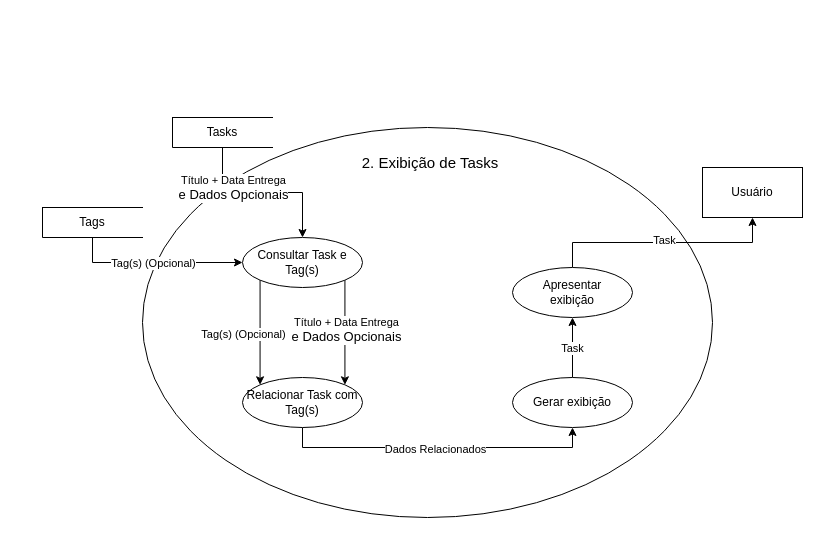
kenielf/neotasker keeps this draw.io diagram as docs/assets/DFDs/RF02.drawio. Above is the earlier version. Source tidied: cells renumbered, new cells numbered last; positions are measured from the earlier drawing's top-left corner, leaving out a move shared by most shapes. Both pictures are drawn from the tidied source at 100%, with x=0, y=0 at pixel (42, 117).
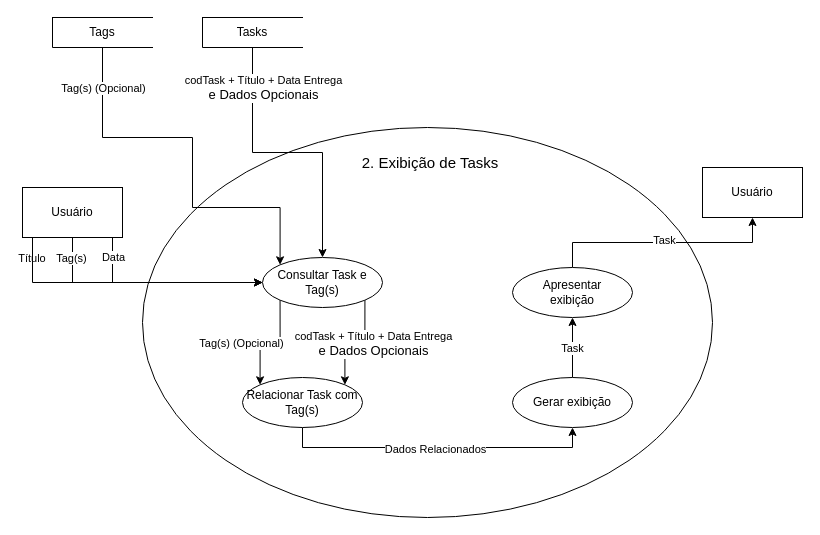
After the change.

Unchanged cells that the change refers to:
```xml
<mxCell id="7" style="edgeStyle=orthogonalEdgeStyle;rounded=0;jettySize=auto;html=1;entryX=0;entryY=0;entryDx=0;entryDy=0;exitX=0;exitY=1;exitDx=0;exitDy=0;" parent="1" edge="1" source="11" target="14">
  <mxGeometry relative="1" as="geometry" />
</mxCell>
<mxCell id="9" style="edgeStyle=orthogonalEdgeStyle;rounded=0;jettySize=auto;html=1;exitX=1;exitY=1;exitDx=0;exitDy=0;entryX=1;entryY=0;entryDx=0;entryDy=0;" parent="1" edge="1" source="11" target="14">
  <mxGeometry relative="1" as="geometry" />
</mxCell>
```

The edit, as a diff of the source:
```diff
@@
     <mxCell id="4" value="Tasks" style="html=1;dashed=0;whiteSpace=wrap;shape=partialRectangle;right=0;" parent="1" vertex="1">
-      <mxGeometry x="130" width="100" height="30" as="geometry" />
+      <mxGeometry x="160" y="-100" width="100" height="30" as="geometry" />
     </mxCell>
-    <mxCell id="5" style="edgeStyle=orthogonalEdgeStyle;rounded=0;jettySize=auto;html=1;exitX=0.5;exitY=1;exitDx=0;exitDy=0;entryX=0;entryY=0.5;entryDx=0;entryDy=0;" parent="1" edge="1" source="6" target="11">
-      <mxGeometry relative="1" as="geometry" />
+    <mxCell id="5" style="edgeStyle=orthogonalEdgeStyle;rounded=0;jettySize=auto;html=1;exitX=0.5;exitY=1;exitDx=0;exitDy=0;entryX=0;entryY=0;entryDx=0;entryDy=0;" parent="1" edge="1" source="6" target="11">
+      <mxGeometry relative="1" as="geometry">
+        <Array as="points">
+          <mxPoint x="60" y="20" />
+          <mxPoint x="150" y="20" />
+          <mxPoint x="150" y="90" />
+          <mxPoint x="237" y="90" />
+        </Array>
+      </mxGeometry>
     </mxCell>
     <mxCell id="6" value="Tags" style="html=1;dashed=0;whiteSpace=wrap;shape=partialRectangle;right=0;" parent="1" vertex="1">
-      <mxGeometry y="90" width="100" height="30" as="geometry" />
+      <mxGeometry x="10" y="-100" width="100" height="30" as="geometry" />
     </mxCell>
@@
     <mxCell id="8" value="Tag(s) (Opcional)" style="edgeLabel;html=1;align=center;verticalAlign=middle;" parent="7" vertex="1">
       <mxGeometry x="0.03" relative="1" as="geometry">
-        <mxPoint x="-17" as="offset" />
+        <mxPoint x="-27" as="offset" />
       </mxGeometry>
     </mxCell>
@@
-    <mxCell id="10" value="Título + Data Entrega&lt;br style=&quot;font-size: 13px;&quot;&gt;&lt;span style=&quot;font-size: 13px;&quot;&gt;e Dados Opcionais&lt;/span&gt;" style="edgeLabel;html=1;align=center;verticalAlign=middle;" parent="9" vertex="1">
-      <mxGeometry x="-0.04" y="1" relative="1" as="geometry" />
+    <mxCell id="10" value="codTask + Título + Data Entrega&lt;br style=&quot;font-size: 13px;&quot;&gt;&lt;span style=&quot;font-size: 13px;&quot;&gt;e Dados Opcionais&lt;/span&gt;" style="edgeLabel;html=1;align=center;verticalAlign=middle;" parent="9" vertex="1">
+      <mxGeometry x="-0.04" y="1" relative="1" as="geometry">
+        <mxPoint x="16" as="offset" />
+      </mxGeometry>
     </mxCell>
     <mxCell id="11" value="Consultar Task e Tag(s)" style="shape=ellipse;html=1;dashed=0;whiteSpace=wrap;perimeter=ellipsePerimeter;" parent="1" vertex="1">
-      <mxGeometry x="200" y="120" width="120" height="50" as="geometry" />
+      <mxGeometry x="220" y="140" width="120" height="50" as="geometry" />
     </mxCell>
@@
-    <mxCell id="23" value="Título + Data Entrega&lt;br style=&quot;font-size: 13px;&quot;&gt;&lt;span style=&quot;font-size: 13px;&quot;&gt;e Dados Opcionais&lt;/span&gt;" style="edgeLabel;html=1;align=center;verticalAlign=middle;" parent="1" vertex="1">
-      <mxGeometry x="190" y="70" as="geometry" />
+    <mxCell id="23" value="codTask + Título + Data Entrega&lt;br style=&quot;font-size: 13px;&quot;&gt;&lt;span style=&quot;font-size: 13px;&quot;&gt;e Dados Opcionais&lt;/span&gt;" style="edgeLabel;html=1;align=center;verticalAlign=middle;" parent="1" vertex="1">
+      <mxGeometry x="220" y="-30" as="geometry" />
     </mxCell>
     <mxCell id="24" value="Tag(s) (Opcional)" style="edgeLabel;html=1;align=center;verticalAlign=middle;" parent="1" vertex="1">
-      <mxGeometry x="110" y="145" as="geometry" />
+      <mxGeometry x="60" y="-30" as="geometry" />
     </mxCell>
+    <mxCell id="25" style="edgeStyle=orthogonalEdgeStyle;rounded=0;jettySize=auto;html=1;exitX=0.5;exitY=1;exitDx=0;exitDy=0;entryX=0;entryY=0.5;entryDx=0;entryDy=0;" parent="1" edge="1" source="31" target="11">
+      <mxGeometry relative="1" as="geometry" />
+    </mxCell>
+    <mxCell id="26" value="Título&amp;nbsp;" style="edgeLabel;html=1;align=center;verticalAlign=middle;" parent="25" vertex="1">
+      <mxGeometry x="-0.14" y="-1" relative="1" as="geometry">
+        <mxPoint x="-96" y="-26" as="offset" />
+      </mxGeometry>
+    </mxCell>
+    <mxCell id="27" value="Tag(s)" style="edgeLabel;html=1;align=center;verticalAlign=middle;" parent="25" vertex="1">
+      <mxGeometry x="-0.84" y="-2" relative="1" as="geometry">
+        <mxPoint y="1" as="offset" />
+      </mxGeometry>
+    </mxCell>
+    <mxCell id="28" style="edgeStyle=orthogonalEdgeStyle;rounded=0;jettySize=auto;html=1;exitX=0.25;exitY=1;exitDx=0;exitDy=0;entryX=0;entryY=0.5;entryDx=0;entryDy=0;" parent="1" edge="1" source="31" target="11">
+      <mxGeometry relative="1" as="geometry">
+        <Array as="points">
+          <mxPoint x="-10" y="120" />
+          <mxPoint x="-10" y="165" />
+        </Array>
+      </mxGeometry>
+    </mxCell>
+    <mxCell id="29" style="edgeStyle=orthogonalEdgeStyle;rounded=0;jettySize=auto;html=1;exitX=0.75;exitY=1;exitDx=0;exitDy=0;entryX=0;entryY=0.5;entryDx=0;entryDy=0;" parent="1" edge="1" source="31" target="11">
+      <mxGeometry relative="1" as="geometry">
+        <Array as="points">
+          <mxPoint x="70" y="120" />
+          <mxPoint x="70" y="165" />
+        </Array>
+      </mxGeometry>
+    </mxCell>
+    <mxCell id="30" value="Data" style="edgeLabel;html=1;align=center;verticalAlign=middle;" parent="29" vertex="1">
+      <mxGeometry x="-0.75" y="1" relative="1" as="geometry">
+        <mxPoint x="-1" y="8" as="offset" />
+      </mxGeometry>
+    </mxCell>
+    <mxCell id="31" value="Usuário" style="html=1;dashed=0;whiteSpace=wrap;" parent="1" vertex="1">
+      <mxGeometry x="-20" y="70" width="100" height="50" as="geometry" />
+    </mxCell>
```
